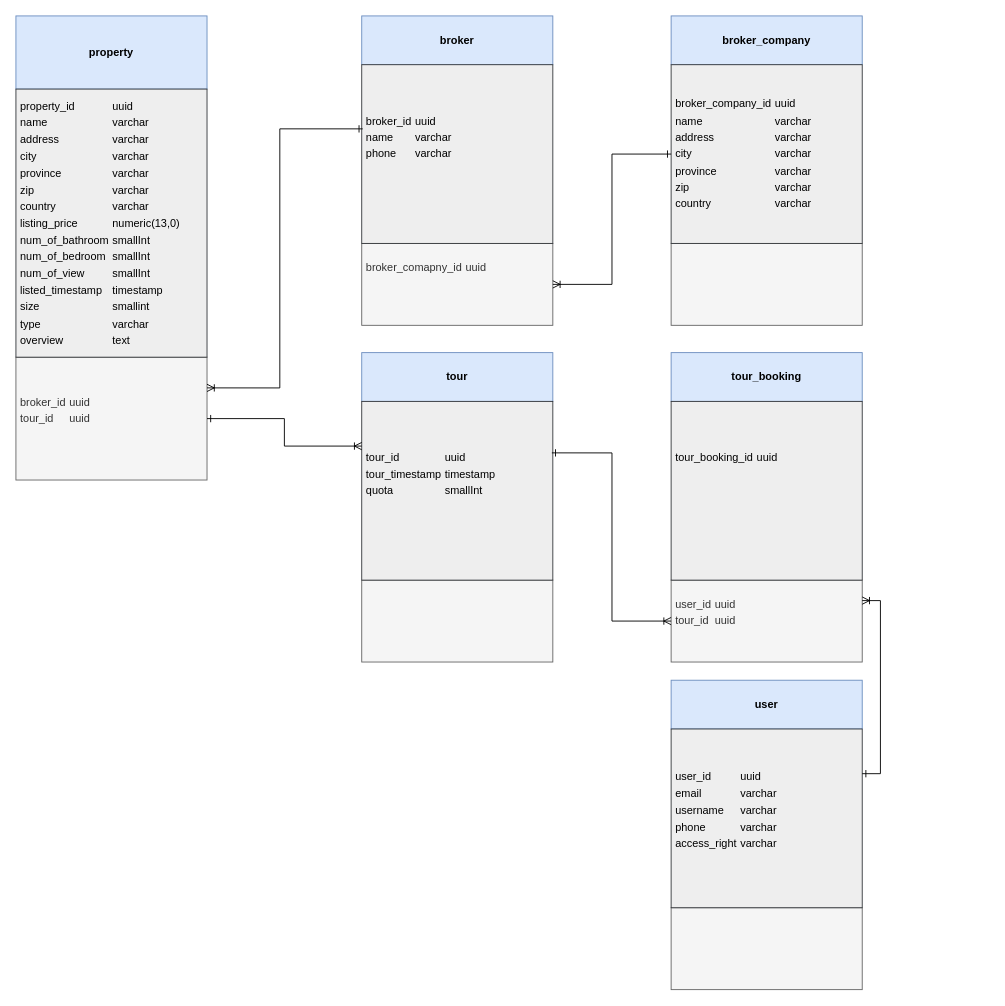
Earlier version of the draw.io diagram packages/db/db_schema.drawio (thminggg/fullstack-web-app). Source tidied: cells renumbered, new cells numbered last; positions are measured from the earlier drawing's top-left corner, leaving out a move shared by most shapes. Both pictures are drawn from the tidied source at 91%, with x=0, y=0 at pixel (15, 15).
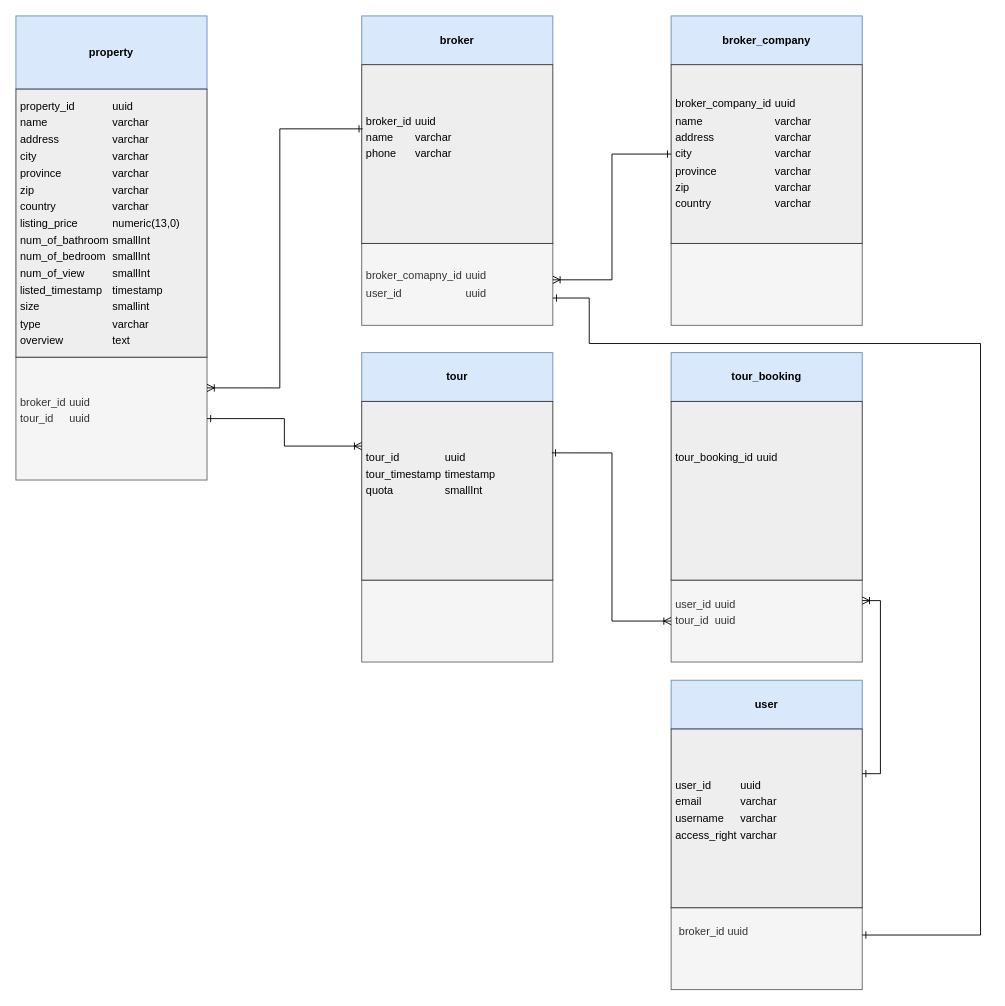
Above is the later version.

The change refers to these unchanged cells:
```xml
<mxCell id="6" style="group;" parent="1" vertex="1">
  <mxGeometry x="380" width="210" height="340" as="geometry" />
</mxCell>
<mxCell id="20" style="group;" parent="1" vertex="1">
  <mxGeometry x="720" y="730" width="210" height="340" as="geometry" />
</mxCell>
<mxCell id="28" value="&lt;table&gt;&lt;tbody&gt;&lt;tr&gt;&lt;td&gt;broker_company_id&lt;/td&gt;&lt;td&gt;uuid&lt;/td&gt;&lt;/tr&gt;&lt;tr&gt;&lt;td&gt;name&lt;/td&gt;&lt;td&gt;varchar&lt;/td&gt;&lt;/tr&gt;&lt;tr&gt;&lt;td&gt;address&lt;/td&gt;&lt;td&gt;varchar&lt;/td&gt;&lt;/tr&gt;&lt;tr&gt;&lt;td&gt;city&lt;/td&gt;&lt;td&gt;varchar&lt;/td&gt;&lt;/tr&gt;&lt;tr&gt;&lt;td&gt;province&lt;/td&gt;&lt;td&gt;varchar&lt;/td&gt;&lt;/tr&gt;&lt;tr&gt;&lt;td&gt;zip&lt;/td&gt;&lt;td&gt;varchar&lt;/td&gt;&lt;/tr&gt;&lt;tr&gt;&lt;td&gt;country&lt;/td&gt;&lt;td&gt;varchar&lt;/td&gt;&lt;/tr&gt;&lt;/tbody&gt;&lt;/table&gt;" style="rounded=0;whiteSpace=wrap;html=1;fillColor=#eeeeee;strokeColor=#36393d;align=left;" parent="25" vertex="1">
  <mxGeometry y="53.6" width="210" height="196.4" as="geometry" />
</mxCell>
```

Diff of the diagram source:
```diff
@@
-    <mxCell id="7" value="&lt;table&gt;&lt;tbody&gt;&lt;tr&gt;&lt;td&gt;broker_comapny_id&lt;/td&gt;&lt;td&gt;uuid&lt;/td&gt;&lt;/tr&gt;&lt;tr&gt;&lt;td&gt;&lt;br&gt;&lt;/td&gt;&lt;td&gt;&lt;br&gt;&lt;/td&gt;&lt;/tr&gt;&lt;tr&gt;&lt;td&gt;&lt;br&gt;&lt;/td&gt;&lt;td&gt;&lt;br&gt;&lt;/td&gt;&lt;/tr&gt;&lt;/tbody&gt;&lt;/table&gt;" style="rounded=0;whiteSpace=wrap;html=1;fillColor=#f5f5f5;fontColor=#333333;strokeColor=#666666;align=left;" parent="6" vertex="1">
+    <mxCell id="7" value="&lt;table&gt;&lt;tbody&gt;&lt;tr&gt;&lt;td&gt;broker_comapny_id&lt;/td&gt;&lt;td&gt;uuid&lt;/td&gt;&lt;/tr&gt;&lt;tr&gt;&lt;td&gt;user_id&lt;br&gt;&lt;/td&gt;&lt;td&gt;uuid&lt;br&gt;&lt;/td&gt;&lt;/tr&gt;&lt;/tbody&gt;&lt;/table&gt;" style="rounded=0;whiteSpace=wrap;html=1;fillColor=#f5f5f5;fontColor=#333333;strokeColor=#666666;align=left;" parent="6" vertex="1">
       <mxGeometry y="250" width="210" height="90" as="geometry" />
     </mxCell>
@@
-    <mxCell id="21" value="&lt;table&gt;&lt;tbody&gt;&lt;tr&gt;&lt;td&gt;&lt;br&gt;&lt;/td&gt;&lt;td&gt;&lt;br&gt;&lt;/td&gt;&lt;/tr&gt;&lt;tr&gt;&lt;td&gt;&lt;br&gt;&lt;/td&gt;&lt;td&gt;&lt;br&gt;&lt;/td&gt;&lt;/tr&gt;&lt;tr&gt;&lt;td&gt;&lt;br&gt;&lt;/td&gt;&lt;td&gt;&lt;br&gt;&lt;/td&gt;&lt;/tr&gt;&lt;/tbody&gt;&lt;/table&gt;" style="rounded=0;whiteSpace=wrap;html=1;fillColor=#f5f5f5;fontColor=#333333;strokeColor=#666666;align=left;" parent="20" vertex="1">
+    <mxCell id="21" value="&lt;table&gt;&lt;tbody&gt;&lt;tr&gt;&lt;td&gt;&lt;br&gt;&lt;/td&gt;&lt;td&gt;broker_id uuid&lt;/td&gt;&lt;/tr&gt;&lt;tr&gt;&lt;td&gt;&lt;br&gt;&lt;/td&gt;&lt;td&gt;&lt;br&gt;&lt;/td&gt;&lt;/tr&gt;&lt;tr&gt;&lt;td&gt;&lt;br&gt;&lt;/td&gt;&lt;td&gt;&lt;br&gt;&lt;/td&gt;&lt;/tr&gt;&lt;/tbody&gt;&lt;/table&gt;" style="rounded=0;whiteSpace=wrap;html=1;fillColor=#f5f5f5;fontColor=#333333;strokeColor=#666666;align=left;" parent="20" vertex="1">
       <mxGeometry y="250" width="210" height="90" as="geometry" />
     </mxCell>
@@
-    <mxCell id="23" value="&lt;table&gt;&lt;tbody&gt;&lt;tr&gt;&lt;td&gt;user_id&lt;/td&gt;&lt;td&gt;uuid&lt;/td&gt;&lt;/tr&gt;&lt;tr&gt;&lt;td&gt;email&lt;/td&gt;&lt;td&gt;varchar&lt;/td&gt;&lt;/tr&gt;&lt;tr&gt;&lt;td&gt;username&lt;/td&gt;&lt;td&gt;varchar&lt;/td&gt;&lt;/tr&gt;&lt;tr&gt;&lt;td&gt;phone&lt;/td&gt;&lt;td&gt;varchar&lt;/td&gt;&lt;/tr&gt;&lt;tr&gt;&lt;td&gt;access_right&lt;/td&gt;&lt;td&gt;varchar&lt;/td&gt;&lt;/tr&gt;&lt;tr&gt;&lt;td&gt;&lt;br&gt;&lt;/td&gt;&lt;td&gt;&lt;br&gt;&lt;/td&gt;&lt;/tr&gt;&lt;/tbody&gt;&lt;/table&gt;" style="rounded=0;whiteSpace=wrap;html=1;fillColor=#eeeeee;strokeColor=#36393d;align=left;" parent="20" vertex="1">
+    <mxCell id="23" value="&lt;table&gt;&lt;tbody&gt;&lt;tr&gt;&lt;td&gt;user_id&lt;/td&gt;&lt;td&gt;uuid&lt;/td&gt;&lt;/tr&gt;&lt;tr&gt;&lt;td&gt;email&lt;/td&gt;&lt;td&gt;varchar&lt;/td&gt;&lt;/tr&gt;&lt;tr&gt;&lt;td&gt;username&lt;/td&gt;&lt;td&gt;varchar&lt;/td&gt;&lt;/tr&gt;&lt;tr&gt;&lt;td&gt;access_right&lt;/td&gt;&lt;td&gt;varchar&lt;/td&gt;&lt;/tr&gt;&lt;tr&gt;&lt;td&gt;&lt;br&gt;&lt;/td&gt;&lt;td&gt;&lt;br&gt;&lt;/td&gt;&lt;/tr&gt;&lt;/tbody&gt;&lt;/table&gt;" style="rounded=0;whiteSpace=wrap;html=1;fillColor=#eeeeee;strokeColor=#36393d;align=left;" parent="20" vertex="1">
       <mxGeometry y="53.6" width="210" height="196.4" as="geometry" />
     </mxCell>
@@
     <mxCell id="29" style="edgeStyle=orthogonalEdgeStyle;rounded=0;jettySize=auto;html=1;entryX=0;entryY=0.5;entryDx=0;entryDy=0;startArrow=ERoneToMany;startFill=0;endArrow=ERone;endFill=0;" parent="1" edge="1" source="7" target="28">
-      <mxGeometry relative="1" as="geometry" />
+      <mxGeometry relative="1" as="geometry">
+        <Array as="points">
+          <mxPoint x="655" y="290" />
+          <mxPoint x="655" y="152" />
+        </Array>
+      </mxGeometry>
     </mxCell>
@@
+    <mxCell id="31" style="edgeStyle=orthogonalEdgeStyle;rounded=0;jettySize=auto;html=1;startArrow=ERone;startFill=0;endArrow=ERone;endFill=0;" parent="1" edge="1" source="7">
+      <mxGeometry relative="1" as="geometry">
+        <mxPoint x="930" y="1010" as="targetPoint" />
+        <Array as="points">
+          <mxPoint x="630" y="310" />
+          <mxPoint x="630" y="360" />
+          <mxPoint x="1060" y="360" />
+          <mxPoint x="1060" y="1010" />
+        </Array>
+      </mxGeometry>
+    </mxCell>
```
